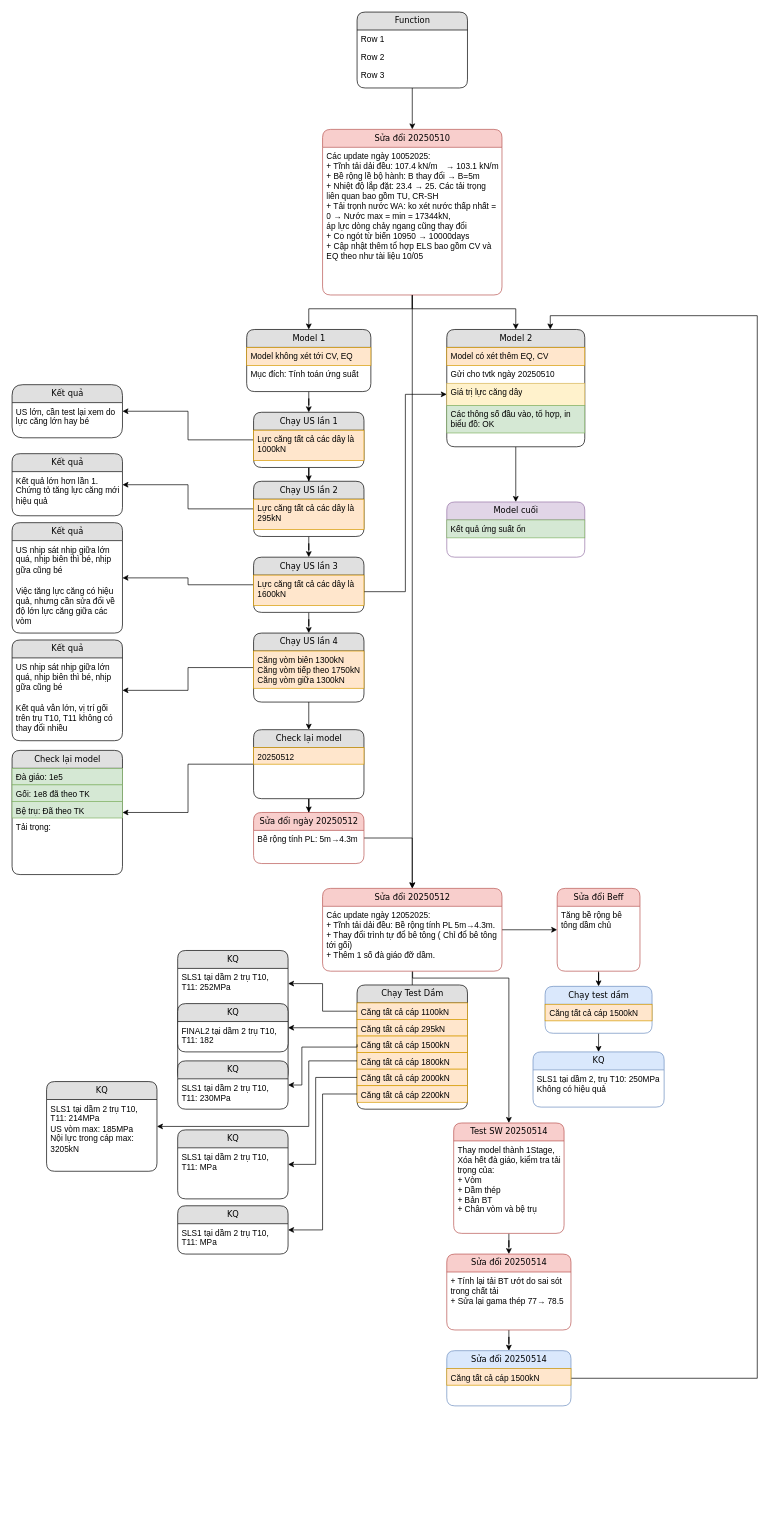
Earlier version of the draw.io diagram An Dong Br/Process.drawio (nnh92/Home-Works). Source tidied: cells renumbered, new cells numbered last; positions are measured from the earlier drawing's top-left corner, leaving out a move shared by most shapes. Both pictures are drawn from the tidied source at 69%, with x=0, y=0 at pixel (12, 12).
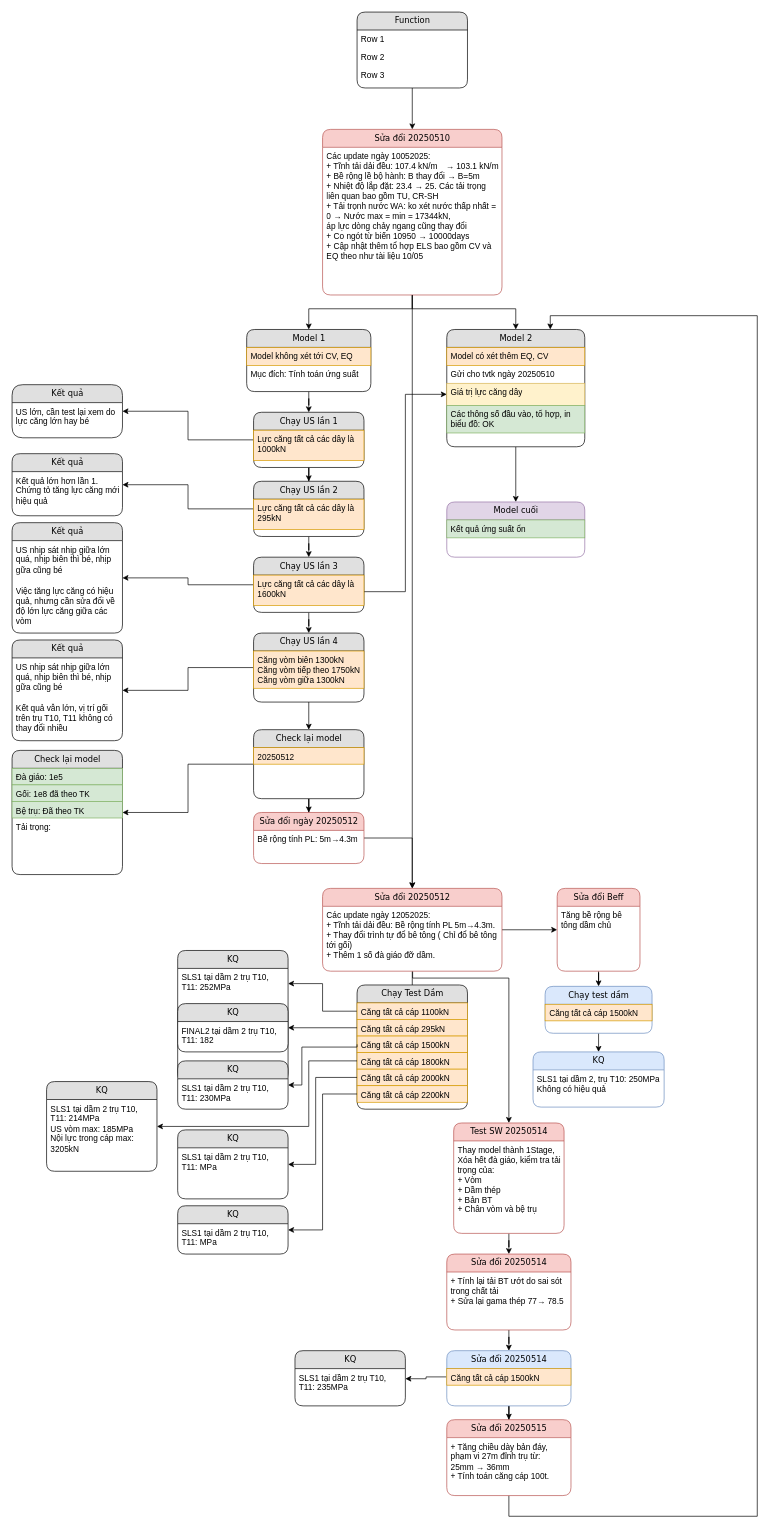
After the change.

The change refers to these unchanged cells:
```xml
<mxCell id="34" value="Model 2" style="swimlane;html=1;fontStyle=0;horizontal=1;startSize=26;fillColor=#e0e0e0;swimlaneFillColor=#ffffff;align=center;rounded=1;shadow=0;comic=0;labelBackgroundColor=none;strokeWidth=1;fontFamily=Verdana;fontSize=12;" parent="1" vertex="1">
  <mxGeometry x="630" y="460" width="200" height="170" as="geometry" />
</mxCell>
<mxCell id="108" value="Sửa đổi 20250514" style="swimlane;html=1;fontStyle=0;horizontal=1;startSize=26;fillColor=#dae8fc;swimlaneFillColor=#ffffff;align=center;rounded=1;shadow=0;comic=0;labelBackgroundColor=none;strokeWidth=1;fontFamily=Verdana;fontSize=12;strokeColor=#6c8ebf;" parent="1" vertex="1">
  <mxGeometry x="630" y="1940" width="180" height="80" as="geometry" />
</mxCell>
<mxCell id="109" value="Căng tất cả cáp 1500kN" style="text;html=1;strokeColor=#d79b00;fillColor=#ffe6cc;spacingLeft=4;spacingRight=4;whiteSpace=wrap;overflow=hidden;points=[[0,0.5],[1,0.5]];portConstraint=eastwest;" parent="108" vertex="1">
  <mxGeometry y="26" width="180" height="24" as="geometry" />
</mxCell>
```

Diff of the diagram source:
```diff
@@
-    <mxCell id="68" style="edgeStyle=orthogonalEdgeStyle;rounded=0;jettySize=auto;html=1;entryX=0.75;entryY=0;entryDx=0;entryDy=0;exitX=1;exitY=0.5;exitDx=0;exitDy=0;" parent="1" edge="1" source="108" target="34">
+    <mxCell id="68" style="edgeStyle=orthogonalEdgeStyle;rounded=0;jettySize=auto;html=1;entryX=0.75;entryY=0;entryDx=0;entryDy=0;exitX=0.5;exitY=1;exitDx=0;exitDy=0;" parent="1" edge="1" source="114" target="34">
       <mxGeometry relative="1" as="geometry">
         <Array as="points">
-          <mxPoint x="1080" y="1980" />
+          <mxPoint x="720" y="2180" />
+          <mxPoint x="1080" y="2180" />
           <mxPoint x="1080" y="440" />
           <mxPoint x="780" y="440" />
         </Array>
       </mxGeometry>
     </mxCell>
@@
+    <mxCell id="110" style="edgeStyle=orthogonalEdgeStyle;rounded=0;jettySize=auto;html=1;exitX=0.5;exitY=1;exitDx=0;exitDy=0;" parent="1" edge="1" source="108" target="114">
+      <mxGeometry relative="1" as="geometry" />
+    </mxCell>
@@
+    <mxCell id="111" style="edgeStyle=orthogonalEdgeStyle;rounded=0;jettySize=auto;html=1;entryX=1;entryY=0.431;entryDx=0;entryDy=0;entryPerimeter=0;exitX=0;exitY=0.5;exitDx=0;exitDy=0;" parent="1" edge="1" source="109" target="113">
+      <mxGeometry relative="1" as="geometry" />
+    </mxCell>
@@
+    <mxCell id="112" value="KQ" style="swimlane;html=1;fontStyle=0;horizontal=1;startSize=26;fillColor=#e0e0e0;swimlaneFillColor=#ffffff;align=center;rounded=1;shadow=0;comic=0;labelBackgroundColor=none;strokeWidth=1;fontFamily=Verdana;fontSize=12;" parent="1" vertex="1">
+      <mxGeometry x="410" y="1940" width="160" height="80" as="geometry" />
+    </mxCell>
+    <mxCell id="113" value="SLS1 tại dầm 2 trụ T10, T11: 235MPa" style="text;html=1;spacingLeft=4;spacingRight=4;whiteSpace=wrap;overflow=hidden;points=[[0,0.5],[1,0.5]];portConstraint=eastwest;" parent="112" vertex="1">
+      <mxGeometry y="26" width="160" height="34" as="geometry" />
+    </mxCell>
+    <mxCell id="114" value="Sửa đổi 20250515" style="swimlane;html=1;fontStyle=0;horizontal=1;startSize=26;fillColor=#f8cecc;swimlaneFillColor=#ffffff;align=center;rounded=1;shadow=0;comic=0;labelBackgroundColor=none;strokeWidth=1;fontFamily=Verdana;fontSize=12;strokeColor=#b85450;" parent="1" vertex="1">
+      <mxGeometry x="630" y="2040" width="180" height="110" as="geometry" />
+    </mxCell>
+    <mxCell id="115" value="+ Tăng chiều dày bản đáy, phạm vi 27m đỉnh trụ từ: &lt;br&gt;25mm → 36mm&lt;div&gt;+ Tính toán căng cáp 100t.&lt;/div&gt;" style="text;html=1;strokeColor=none;fillColor=none;spacingLeft=4;spacingRight=4;whiteSpace=wrap;overflow=hidden;" parent="114" vertex="1">
+      <mxGeometry y="26" width="180" height="74" as="geometry" />
+    </mxCell>
```
